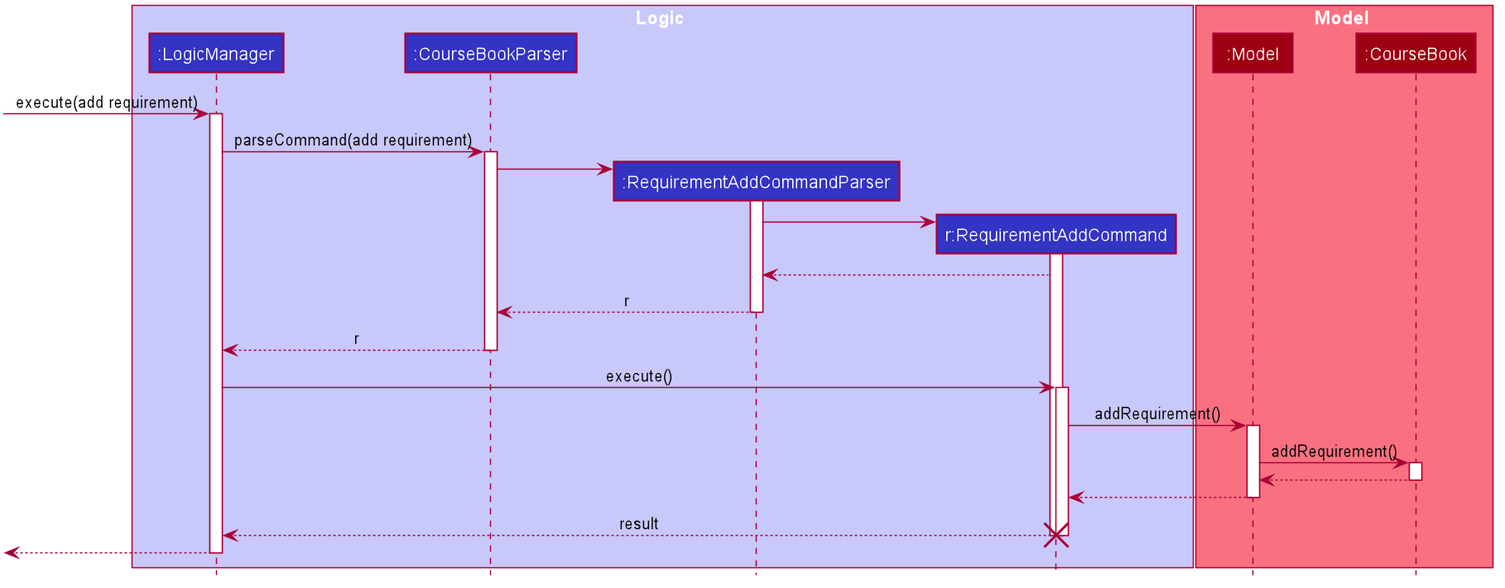
This is docs/images/developer-guide/RequirementAddSequenceDiagram.png from yjskrs/main, a PlantUML export, as it was before one commit.
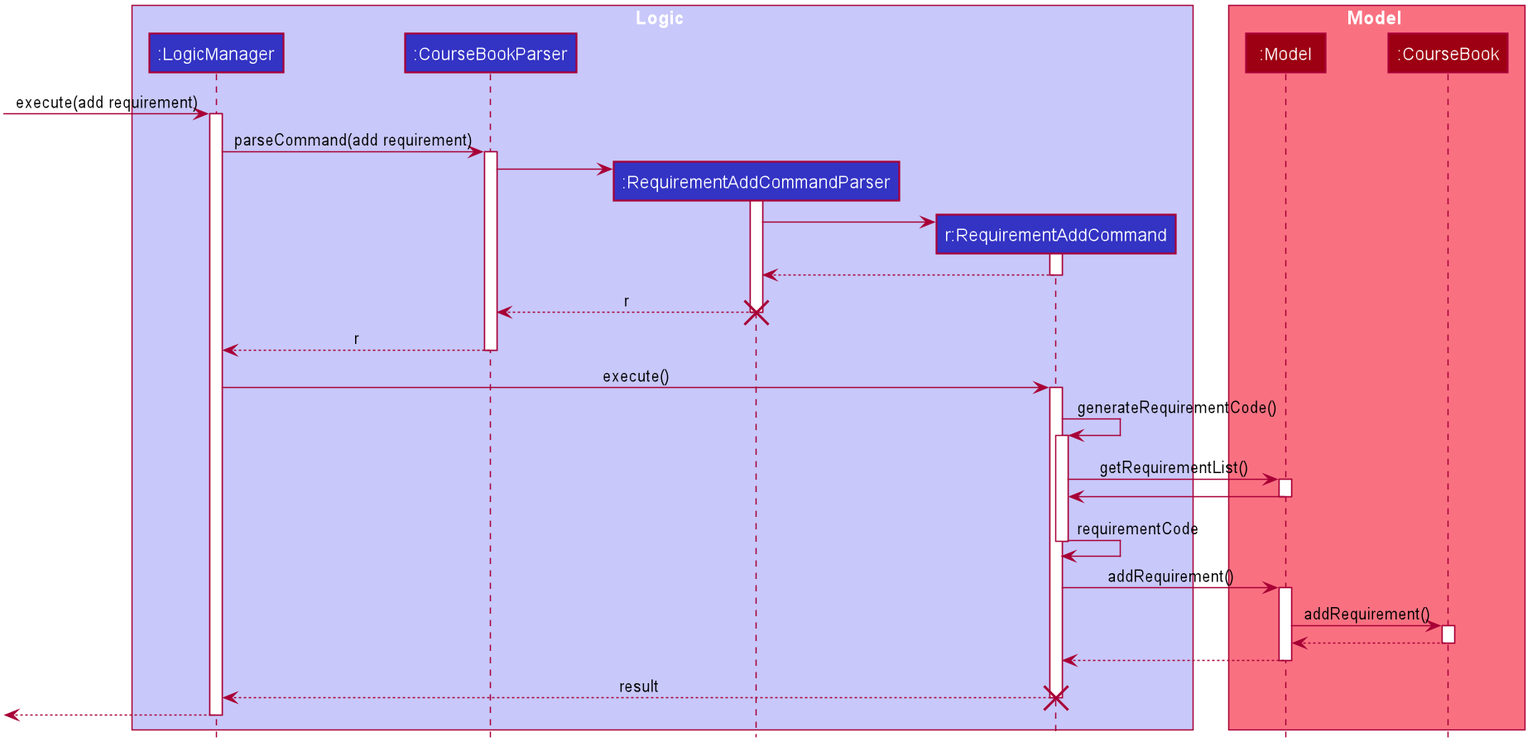
The same diagram one commit later.

Diff of the diagram source:
```diff
@@ -77,14 +77,25 @@
 activate RequirementAddCommand
 
 RequirementAddCommand --> RequirementAddCommandParser
+deactivate RequirementAddCommand
 RequirementAddCommandParser --> CourseBookParser : r
 deactivate RequirementAddCommandParser
+destroy RequirementAddCommandParser
 
 CourseBookParser --> LogicManager : r
 deactivate CourseBookParser
 
 LogicManager -> RequirementAddCommand : execute()
 activate RequirementAddCommand
+
+RequirementAddCommand -> RequirementAddCommand : generateRequirementCode()
+activate RequirementAddCommand
+RequirementAddCommand -> Model : getRequirementList()
+activate Model
+Model -> RequirementAddCommand
+deactivate Model
+RequirementAddCommand -> RequirementAddCommand : requirementCode
+deactivate RequirementAddCommand
 
 RequirementAddCommand -> Model : addRequirement()
 activate Model
```
